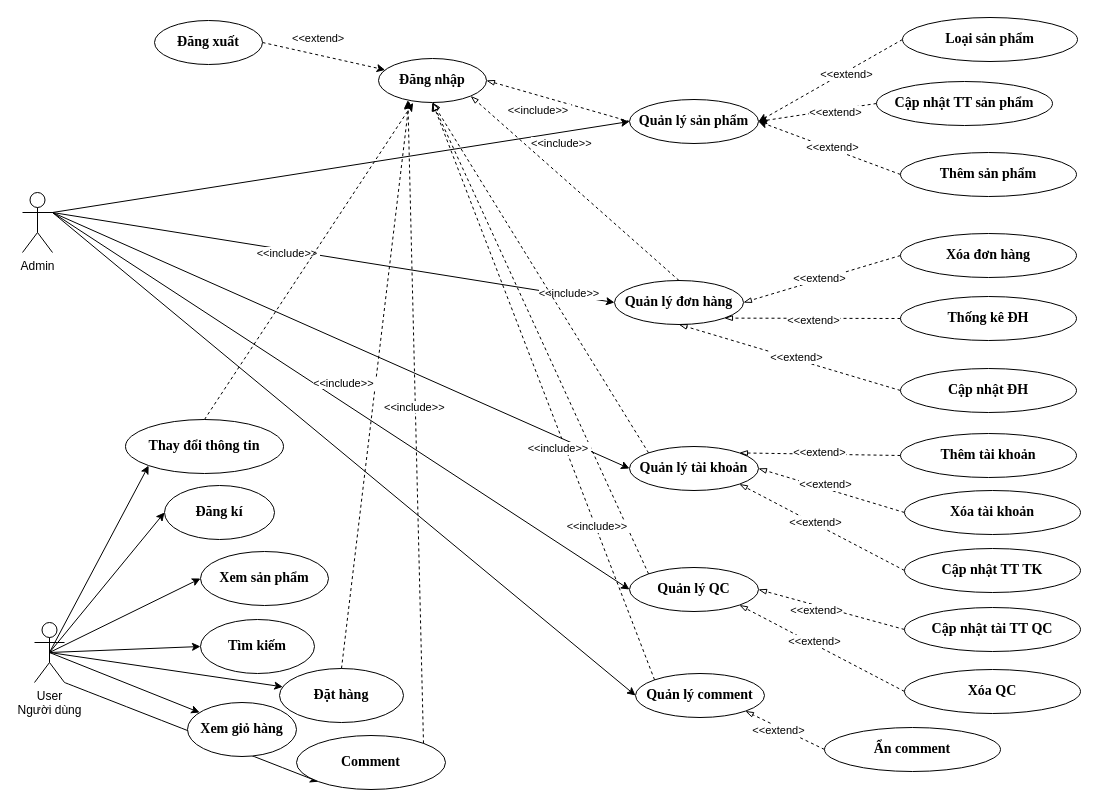
This is page "DFD.detail" (4 of 5) of shop-hubLaps.drawio from trinhkhanh29/Shop-hubLaps, a draw.io file, before an edit. Source tidied: cells renumbered, new cells numbered last; positions are measured from the earlier drawing's top-left corner, leaving out a move shared by most shapes. Both pictures are drawn from the tidied source at 100%, with x=0, y=0 at pixel (22, 17).
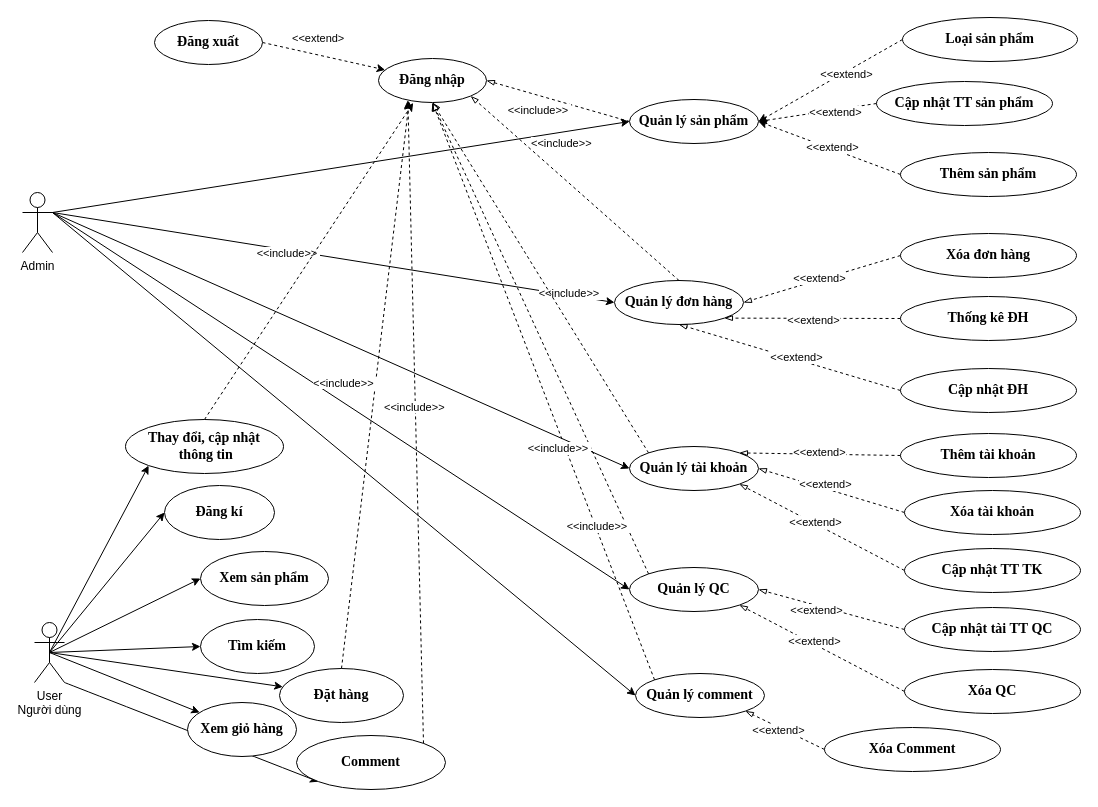
The same page after the edit.

Commit message (it also covers changes not shown here):
Cập nhật shop-hubLaps.drawio

What changed in the source:
```diff
@@
-    <mxCell id="18" value="&lt;font style=&quot;font-size: 14px;&quot;&gt;&lt;b&gt;Thay đổi thông tin&lt;/b&gt;&lt;/font&gt;" style="ellipse;whiteSpace=wrap;html=1;fontFamily=Times New Roman;fontSize=14;" parent="1" vertex="1">
+    <mxCell id="18" value="&lt;font style=&quot;font-size: 14px;&quot;&gt;&lt;b&gt;Thay đổi, cập nhật&lt;/b&gt;&lt;/font&gt;&lt;div&gt;&lt;font style=&quot;font-size: 14px;&quot;&gt;&lt;b&gt;&amp;nbsp;thông tin&lt;/b&gt;&lt;/font&gt;&lt;/div&gt;" style="ellipse;whiteSpace=wrap;html=1;fontFamily=Times New Roman;fontSize=14;" parent="1" vertex="1">
       <mxGeometry x="103" y="402" width="158" height="54" as="geometry" />
     </mxCell>
@@
-    <mxCell id="65" value="Ẩn comment" style="ellipse;whiteSpace=wrap;html=1;fontFamily=Times New Roman;fontSize=14;fontStyle=1;" parent="1" vertex="1">
+    <mxCell id="65" value="Xóa Comment" style="ellipse;whiteSpace=wrap;html=1;fontFamily=Times New Roman;fontSize=14;fontStyle=1;" parent="1" vertex="1">
       <mxGeometry x="802" y="710" width="176" height="44" as="geometry" />
     </mxCell>
```
